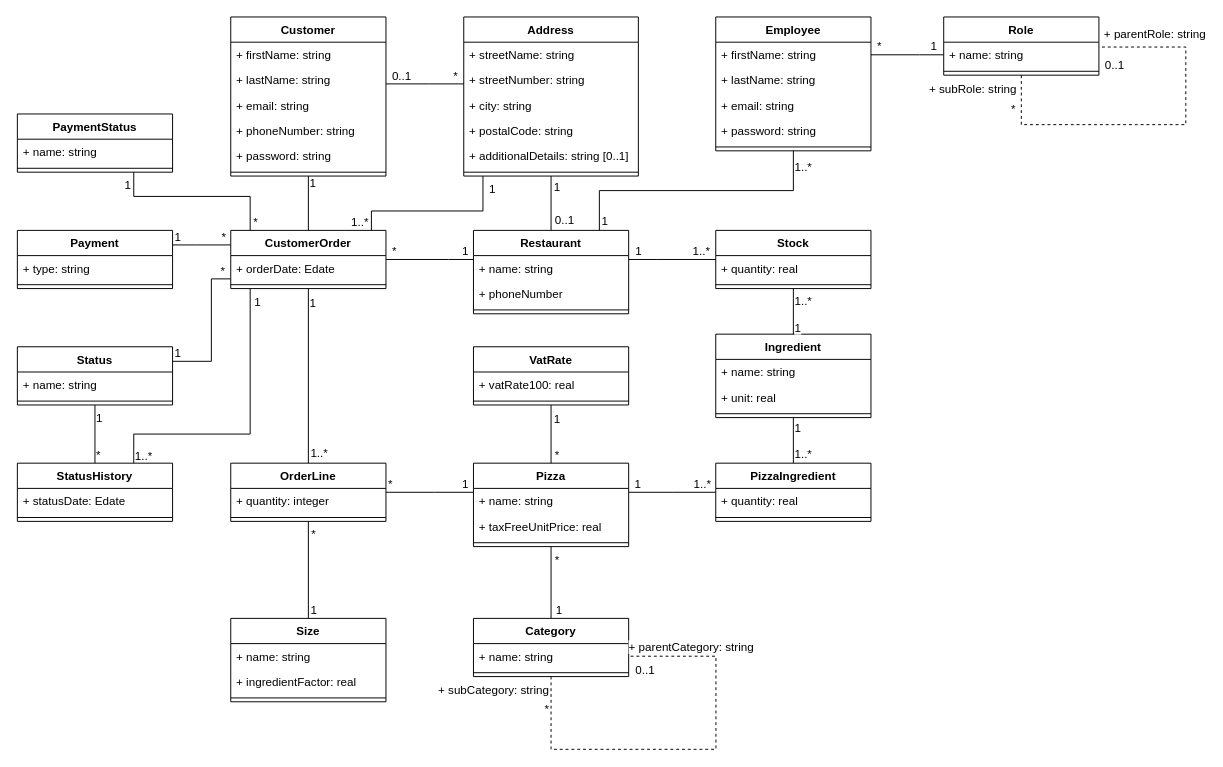
Above: page "ClassDiagram" (11 of 13) of Diagrams/OCPizza.drawio in GuillaumeOj/DesignTechnicalSolution (draw.io), before the change. Source tidied: cells renumbered, new cells numbered last; positions are measured from the earlier drawing's top-left corner, leaving out a move shared by most shapes. Both pictures are drawn from the tidied source at 97%, with x=0, y=0 at pixel (16, 16).
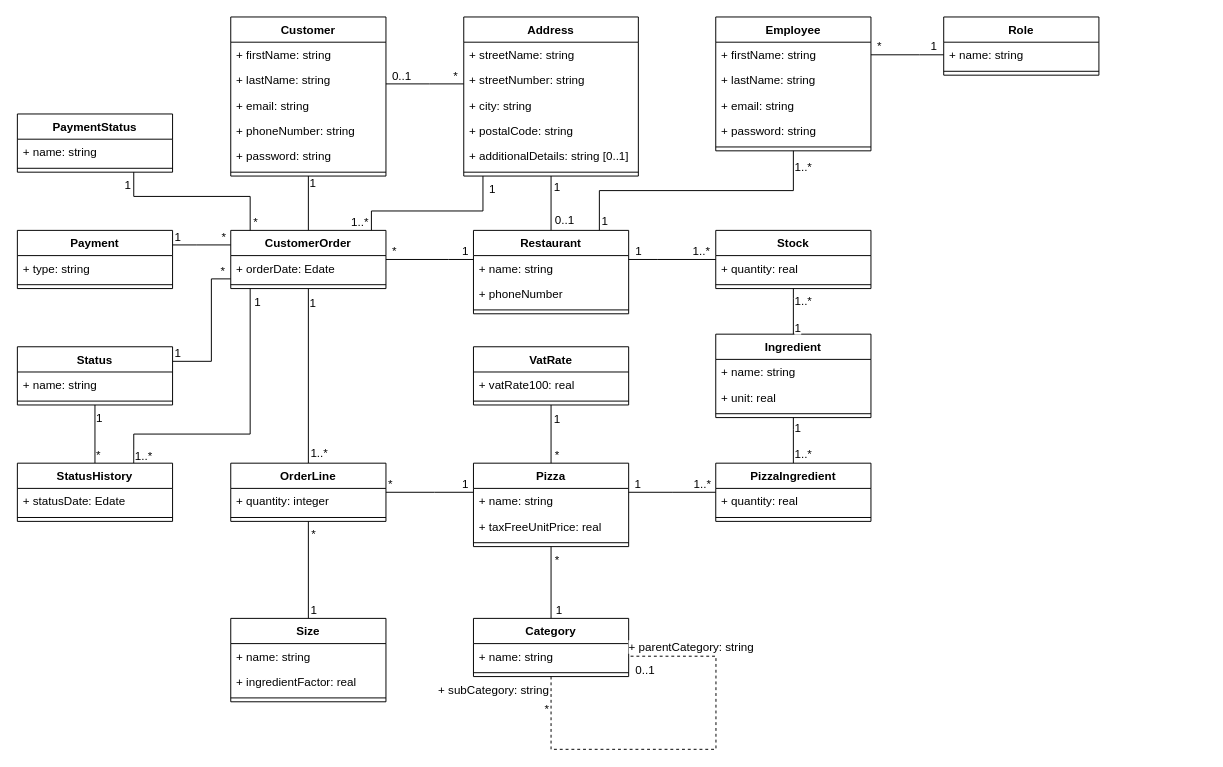
The same page after the edit.

The change refers to these unchanged cells:
```xml
<mxCell id="136" value="Role" style="swimlane;fontStyle=1;align=center;verticalAlign=top;horizontal=1;startSize=26;" parent="1" vertex="1">
  <mxGeometry x="955.4" width="160" height="60" as="geometry" />
</mxCell>
```

Diff of the diagram source:
```diff
@@
-    <mxCell id="139" style="edgeStyle=orthogonalEdgeStyle;rounded=0;orthogonalLoop=1;jettySize=auto;html=1;startFill=1;endArrow=none;endFill=0;dashed=1;" parent="1" edge="1" source="136" target="136">
-      <mxGeometry relative="1" as="geometry">
-        <Array as="points">
-          <mxPoint x="1035" y="111" />
-          <mxPoint x="1205" y="111" />
-          <mxPoint x="1205" y="31" />
-        </Array>
-      </mxGeometry>
-    </mxCell>
-    <mxCell id="140" value="+ subRole: string" style="text;html=1;align=right;verticalAlign=top;labelBackgroundColor=#ffffff;" parent="139" vertex="1">
-      <mxGeometry x="-0.52" relative="1" as="geometry">
-        <mxPoint x="-47.6" y="-50" as="offset" />
-      </mxGeometry>
-    </mxCell>
-    <mxCell id="141" value="+ parentRole: string" style="text;html=1;align=left;verticalAlign=bottom;labelBackgroundColor=#ffffff;" parent="139" vertex="1">
-      <mxGeometry x="0.71" y="-1" relative="1" as="geometry">
-        <mxPoint x="-52.5" y="-4" as="offset" />
-      </mxGeometry>
-    </mxCell>
-    <mxCell id="142" value="0..1" style="text;html=1;align=left;verticalAlign=top;labelBackgroundColor=#ffffff;" parent="139" vertex="1">
-      <mxGeometry x="0.5" y="-2" relative="1" as="geometry">
-        <mxPoint x="-87.1" y="-3" as="offset" />
-      </mxGeometry>
-    </mxCell>
-    <mxCell id="143" value="*" style="text;html=1;align=right;verticalAlign=top;labelBackgroundColor=#ffffff;" parent="139" vertex="1">
-      <mxGeometry x="-0.65" y="33" relative="1" as="geometry">
-        <mxPoint x="-22.4" y="3" as="offset" />
-      </mxGeometry>
-    </mxCell>
```
